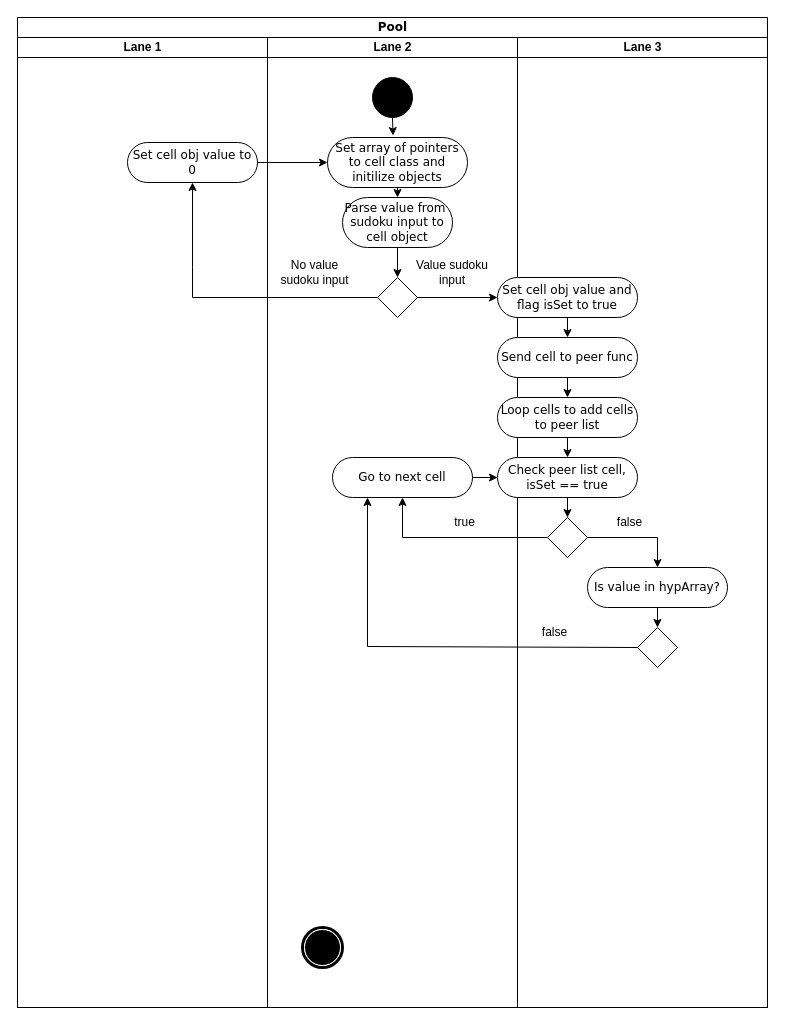
Above: Sudoku_Act-Diagram.drawio in Jgran81/Assignments (draw.io), before the change. Source tidied: cells renumbered, new cells numbered last; positions are measured from the earlier drawing's top-left corner, leaving out a move shared by most shapes. Both pictures are drawn from the tidied source at 100%, with x=0, y=0 at pixel (17, 17).
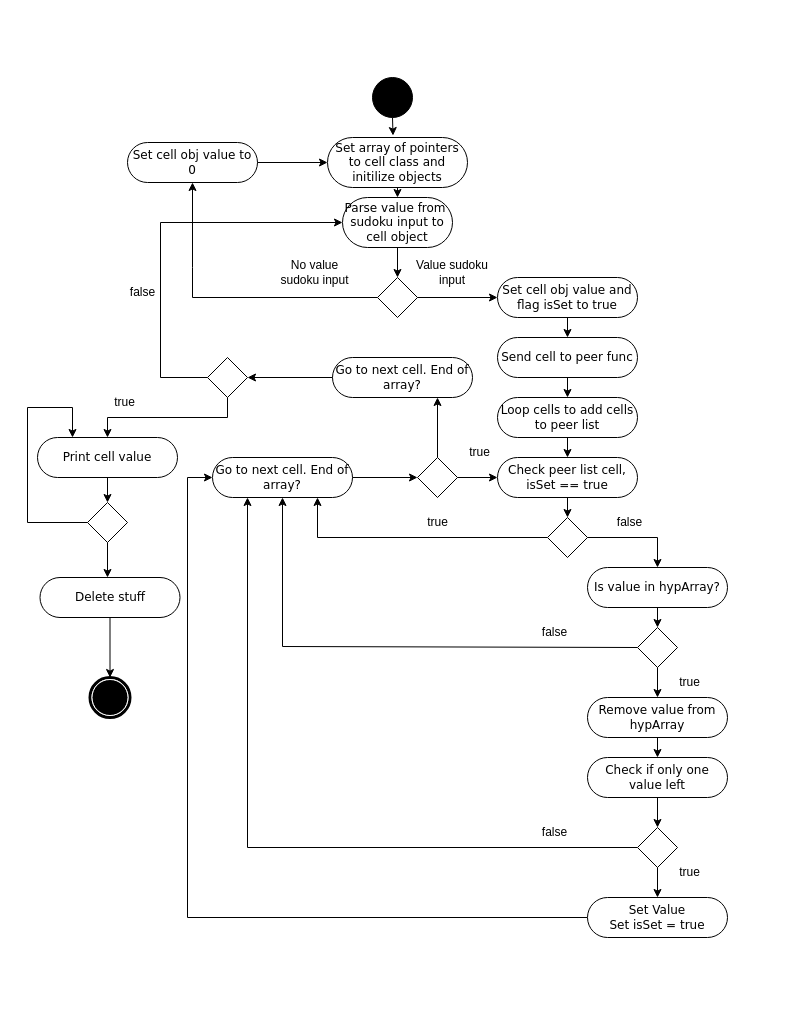
Above is the later version.

Unchanged cells that the change refers to:
```xml
<mxCell id="4" value="Set cell obj value to 0" style="rounded=1;whiteSpace=wrap;html=1;shadow=0;comic=0;labelBackgroundColor=none;strokeWidth=1;fontFamily=Verdana;fontSize=12;align=center;arcSize=50;" parent="3" vertex="1">
  <mxGeometry x="110" y="105" width="130" height="40" as="geometry" />
</mxCell>
<mxCell id="8" value="Set array of pointers to cell class and initilize objects" style="rounded=1;whiteSpace=wrap;html=1;shadow=0;comic=0;labelBackgroundColor=none;strokeWidth=1;fontFamily=Verdana;fontSize=12;align=center;arcSize=50;" parent="5" vertex="1">
  <mxGeometry x="60" y="100" width="140" height="50" as="geometry" />
</mxCell>
<mxCell id="9" value="Parse value from&amp;nbsp; sudoku input to cell object" style="rounded=1;whiteSpace=wrap;html=1;shadow=0;comic=0;labelBackgroundColor=none;strokeWidth=1;fontFamily=Verdana;fontSize=12;align=center;arcSize=50;" parent="5" vertex="1">
  <mxGeometry x="75" y="160" width="110" height="50" as="geometry" />
</mxCell>
<mxCell id="10" style="rhombus;whiteSpace=wrap;html=1;" parent="5" vertex="1">
  <mxGeometry x="110" y="240" width="40" height="40" as="geometry" />
</mxCell>
<mxCell id="25" value="Check peer list cell, isSet == true" style="rounded=1;whiteSpace=wrap;html=1;shadow=0;comic=0;labelBackgroundColor=none;strokeWidth=1;fontFamily=Verdana;fontSize=12;align=center;arcSize=50;" parent="19" vertex="1">
  <mxGeometry x="-20" y="420" width="140" height="40" as="geometry" />
</mxCell>
<mxCell id="26" style="rhombus;whiteSpace=wrap;html=1;" parent="19" vertex="1">
  <mxGeometry x="30" y="480" width="40" height="40" as="geometry" />
</mxCell>
<mxCell id="32" style="rhombus;whiteSpace=wrap;html=1;" parent="19" vertex="1">
  <mxGeometry x="120" y="590" width="40" height="40" as="geometry" />
</mxCell>
```

What changed in the source:
```diff
@@
-    <mxCell id="2" value="Pool" style="swimlane;html=1;startSize=20;rounded=0;shadow=0;comic=0;labelBackgroundColor=none;strokeWidth=1;fontFamily=Verdana;fontSize=12;align=center;" parent="1" vertex="1">
+    <mxCell id="2" style="swimlane;html=1;startSize=20;rounded=0;shadow=0;comic=0;labelBackgroundColor=none;strokeWidth=1;fontFamily=Verdana;fontSize=12;align=center;strokeColor=none;fillColor=none;" parent="1" vertex="1">
       <mxGeometry width="750" height="990" as="geometry" />
     </mxCell>
-    <mxCell id="3" value="Lane 1" style="swimlane;html=1;startSize=20;" parent="2" vertex="1">
+    <mxCell id="3" style="swimlane;html=1;startSize=20;strokeColor=none;fillColor=none;" parent="2" vertex="1">
       <mxGeometry y="20" width="250" height="970" as="geometry" />
     </mxCell>
@@
+    <mxCell id="18" style="shape=mxgraph.bpmn.shape;html=1;verticalLabelPosition=bottom;labelBackgroundColor=#ffffff;verticalAlign=top;perimeter=ellipsePerimeter;outline=end;symbol=terminate;rounded=0;shadow=0;comic=0;strokeWidth=1;fontFamily=Verdana;fontSize=12;align=center;" parent="3" vertex="1">
+      <mxGeometry x="72.5" y="640" width="40" height="40" as="geometry" />
+    </mxCell>
+    <mxCell id="40" style="rhombus;whiteSpace=wrap;html=1;" parent="3" vertex="1">
+      <mxGeometry x="190" y="320" width="40" height="40" as="geometry" />
+    </mxCell>
+    <mxCell id="41" value="true" style="text;html=1;strokeColor=none;fillColor=none;align=center;verticalAlign=middle;whiteSpace=wrap;rounded=0;" parent="3" vertex="1">
+      <mxGeometry x="70" y="350" width="75" height="30" as="geometry" />
+    </mxCell>
+    <mxCell id="42" style="endArrow=classic;html=1;rounded=0;exitX=0.5;exitY=1;exitDx=0;exitDy=0;entryX=0.5;entryY=0;entryDx=0;entryDy=0;" parent="3" edge="1" source="40" target="43">
+      <mxGeometry relative="1" as="geometry">
+        <Array as="points">
+          <mxPoint x="210" y="380" />
+          <mxPoint x="90" y="380" />
+        </Array>
+      </mxGeometry>
+    </mxCell>
+    <mxCell id="43" value="Print cell value" style="rounded=1;whiteSpace=wrap;html=1;shadow=0;comic=0;labelBackgroundColor=none;strokeWidth=1;fontFamily=Verdana;fontSize=12;align=center;arcSize=50;" parent="3" vertex="1">
+      <mxGeometry x="20" y="400" width="140" height="40" as="geometry" />
+    </mxCell>
+    <mxCell id="44" value="false" style="text;html=1;strokeColor=none;fillColor=none;align=center;verticalAlign=middle;whiteSpace=wrap;rounded=0;" parent="3" vertex="1">
+      <mxGeometry x="87.5" y="240" width="75" height="30" as="geometry" />
+    </mxCell>
+    <mxCell id="45" style="rhombus;whiteSpace=wrap;html=1;" parent="3" vertex="1">
+      <mxGeometry x="70" y="465" width="40" height="40" as="geometry" />
+    </mxCell>
+    <mxCell id="46" style="endArrow=classic;html=1;rounded=0;exitX=0.5;exitY=1;exitDx=0;exitDy=0;entryX=0.5;entryY=0;entryDx=0;entryDy=0;" parent="3" edge="1" source="43" target="45">
+      <mxGeometry relative="1" as="geometry" />
+    </mxCell>
+    <mxCell id="47" style="endArrow=classic;html=1;rounded=0;exitX=0;exitY=0.5;exitDx=0;exitDy=0;entryX=0.25;entryY=0;entryDx=0;entryDy=0;" parent="3" edge="1" source="45" target="43">
+      <mxGeometry relative="1" as="geometry">
+        <Array as="points">
+          <mxPoint x="10" y="485" />
+          <mxPoint x="10" y="370" />
+          <mxPoint x="55" y="370" />
+        </Array>
+      </mxGeometry>
+    </mxCell>
+    <mxCell id="48" value="Delete stuff" style="rounded=1;whiteSpace=wrap;html=1;shadow=0;comic=0;labelBackgroundColor=none;strokeWidth=1;fontFamily=Verdana;fontSize=12;align=center;arcSize=50;" parent="3" vertex="1">
+      <mxGeometry x="22.5" y="540" width="140" height="40" as="geometry" />
+    </mxCell>
+    <mxCell id="49" style="endArrow=classic;html=1;rounded=0;exitX=0.5;exitY=1;exitDx=0;exitDy=0;entryX=0.5;entryY=0;entryDx=0;entryDy=0;" parent="3" edge="1" source="48" target="18">
+      <mxGeometry relative="1" as="geometry" />
+    </mxCell>
-    <mxCell id="5" value="Lane 2" style="swimlane;html=1;startSize=20;" parent="2" vertex="1">
+    <mxCell id="5" style="swimlane;html=1;startSize=20;strokeColor=none;fillColor=none;" parent="2" vertex="1">
       <mxGeometry x="250" y="20" width="250" height="970" as="geometry" />
     </mxCell>
@@
-    <mxCell id="16" value="Go to next cell" style="rounded=1;whiteSpace=wrap;html=1;shadow=0;comic=0;labelBackgroundColor=none;strokeWidth=1;fontFamily=Verdana;fontSize=12;align=center;arcSize=50;" parent="5" vertex="1">
-      <mxGeometry x="65" y="420" width="140" height="40" as="geometry" />
+    <mxCell id="16" value="Go to next cell. End of array?" style="rounded=1;whiteSpace=wrap;html=1;shadow=0;comic=0;labelBackgroundColor=none;strokeWidth=1;fontFamily=Verdana;fontSize=12;align=center;arcSize=50;" parent="5" vertex="1">
+      <mxGeometry x="-55" y="420" width="140" height="40" as="geometry" />
     </mxCell>
     <mxCell id="17" value="true" style="text;html=1;strokeColor=none;fillColor=none;align=center;verticalAlign=middle;whiteSpace=wrap;rounded=0;" parent="5" vertex="1">
-      <mxGeometry x="160" y="470" width="75" height="30" as="geometry" />
+      <mxGeometry x="132.5" y="470" width="75" height="30" as="geometry" />
     </mxCell>
-    <mxCell id="18" style="shape=mxgraph.bpmn.shape;html=1;verticalLabelPosition=bottom;labelBackgroundColor=#ffffff;verticalAlign=top;perimeter=ellipsePerimeter;outline=end;symbol=terminate;rounded=0;shadow=0;comic=0;strokeWidth=1;fontFamily=Verdana;fontSize=12;align=center;" parent="5" vertex="1">
-      <mxGeometry x="35" y="890" width="40" height="40" as="geometry" />
-    </mxCell>
+    <mxCell id="50" style="rhombus;whiteSpace=wrap;html=1;" parent="5" vertex="1">
+      <mxGeometry x="150" y="420" width="40" height="40" as="geometry" />
+    </mxCell>
+    <mxCell id="38" style="endArrow=classic;html=1;rounded=0;exitX=1;exitY=0.5;exitDx=0;exitDy=0;entryX=0;entryY=0.5;entryDx=0;entryDy=0;" parent="5" edge="1" source="16" target="50">
+      <mxGeometry relative="1" as="geometry" />
+    </mxCell>
+    <mxCell id="51" value="true" style="text;html=1;strokeColor=none;fillColor=none;align=center;verticalAlign=middle;whiteSpace=wrap;rounded=0;" parent="5" vertex="1">
+      <mxGeometry x="175" y="400" width="75" height="30" as="geometry" />
+    </mxCell>
+    <mxCell id="52" style="endArrow=classic;html=1;rounded=0;exitX=0.5;exitY=0;exitDx=0;exitDy=0;entryX=0.75;entryY=1;entryDx=0;entryDy=0;" parent="5" edge="1" source="50" target="53">
+      <mxGeometry relative="1" as="geometry" />
+    </mxCell>
+    <mxCell id="53" value="Go to next cell. End of array?" style="rounded=1;whiteSpace=wrap;html=1;shadow=0;comic=0;labelBackgroundColor=none;strokeWidth=1;fontFamily=Verdana;fontSize=12;align=center;arcSize=50;" parent="5" vertex="1">
+      <mxGeometry x="65" y="320" width="140" height="40" as="geometry" />
+    </mxCell>
+    <mxCell id="35" style="endArrow=classic;html=1;rounded=0;exitX=0;exitY=0.5;exitDx=0;exitDy=0;entryX=0.5;entryY=1;entryDx=0;entryDy=0;" parent="2" edge="1" source="10" target="4">
+      <mxGeometry relative="1" as="geometry">
+        <Array as="points">
+          <mxPoint x="175" y="280" />
+          <mxPoint x="175" y="250" />
+        </Array>
+      </mxGeometry>
+    </mxCell>
+    <mxCell id="36" style="endArrow=classic;html=1;rounded=0;exitX=1;exitY=0.5;exitDx=0;exitDy=0;entryX=0;entryY=0.5;entryDx=0;entryDy=0;" parent="2" edge="1" source="4" target="8">
+      <mxGeometry relative="1" as="geometry" />
+    </mxCell>
+    <mxCell id="37" style="endArrow=classic;html=1;rounded=0;exitX=0;exitY=0.5;exitDx=0;exitDy=0;entryX=0.75;entryY=1;entryDx=0;entryDy=0;" parent="2" edge="1" source="26" target="16">
+      <mxGeometry relative="1" as="geometry">
+        <Array as="points">
+          <mxPoint x="300" y="520" />
+        </Array>
+      </mxGeometry>
+    </mxCell>
+    <mxCell id="39" style="endArrow=classic;html=1;rounded=0;exitX=0;exitY=0.5;exitDx=0;exitDy=0;entryX=0.5;entryY=1;entryDx=0;entryDy=0;" parent="2" edge="1" source="32" target="16">
+      <mxGeometry relative="1" as="geometry">
+        <Array as="points">
+          <mxPoint x="265" y="629" />
+        </Array>
+      </mxGeometry>
+    </mxCell>
+    <mxCell id="54" style="endArrow=classic;html=1;rounded=0;exitX=0;exitY=0.5;exitDx=0;exitDy=0;entryX=0.25;entryY=1;entryDx=0;entryDy=0;" parent="2" edge="1" source="63" target="16">
+      <mxGeometry relative="1" as="geometry">
+        <Array as="points">
+          <mxPoint x="230" y="830" />
+        </Array>
+      </mxGeometry>
+    </mxCell>
+    <mxCell id="55" style="endArrow=classic;html=1;rounded=0;exitX=0;exitY=0.5;exitDx=0;exitDy=0;entryX=0;entryY=0.5;entryDx=0;entryDy=0;" parent="2" edge="1" source="67" target="16">
+      <mxGeometry relative="1" as="geometry">
+        <Array as="points">
+          <mxPoint x="170" y="900" />
+          <mxPoint x="170" y="460" />
+        </Array>
+      </mxGeometry>
+    </mxCell>
+    <mxCell id="56" style="endArrow=classic;html=1;rounded=0;exitX=1;exitY=0.5;exitDx=0;exitDy=0;entryX=0;entryY=0.5;entryDx=0;entryDy=0;" parent="2" edge="1" source="50" target="25">
+      <mxGeometry relative="1" as="geometry" />
+    </mxCell>
+    <mxCell id="57" style="endArrow=classic;html=1;rounded=0;exitX=0;exitY=0.5;exitDx=0;exitDy=0;entryX=1;entryY=0.5;entryDx=0;entryDy=0;" parent="2" edge="1" source="53" target="40">
+      <mxGeometry relative="1" as="geometry" />
+    </mxCell>
+    <mxCell id="58" style="endArrow=classic;html=1;rounded=0;entryX=0;entryY=0.5;entryDx=0;entryDy=0;exitX=0;exitY=0.5;exitDx=0;exitDy=0;" parent="2" edge="1" source="40" target="9">
+      <mxGeometry relative="1" as="geometry">
+        <Array as="points">
+          <mxPoint x="143" y="360" />
+          <mxPoint x="143" y="205" />
+        </Array>
+      </mxGeometry>
+    </mxCell>
-    <mxCell id="19" value="Lane 3" style="swimlane;html=1;startSize=20;" parent="2" vertex="1">
+    <mxCell id="19" style="swimlane;html=1;startSize=20;strokeColor=none;fillColor=none;" parent="2" vertex="1">
       <mxGeometry x="500" y="20" width="250" height="970" as="geometry" />
     </mxCell>
@@
-    <mxCell id="35" style="endArrow=classic;html=1;rounded=0;exitX=0;exitY=0.5;exitDx=0;exitDy=0;entryX=0.5;entryY=1;entryDx=0;entryDy=0;" parent="2" edge="1" source="10" target="4">
-      <mxGeometry relative="1" as="geometry">
-        <Array as="points">
-          <mxPoint x="175" y="280" />
-          <mxPoint x="175" y="250" />
-        </Array>
-      </mxGeometry>
-    </mxCell>
-    <mxCell id="36" style="endArrow=classic;html=1;rounded=0;exitX=1;exitY=0.5;exitDx=0;exitDy=0;entryX=0;entryY=0.5;entryDx=0;entryDy=0;" parent="2" edge="1" source="4" target="8">
-      <mxGeometry relative="1" as="geometry" />
-    </mxCell>
-    <mxCell id="37" style="endArrow=classic;html=1;rounded=0;exitX=0;exitY=0.5;exitDx=0;exitDy=0;entryX=0.5;entryY=1;entryDx=0;entryDy=0;" parent="2" edge="1" source="26" target="16">
-      <mxGeometry relative="1" as="geometry">
-        <Array as="points">
-          <mxPoint x="385" y="520" />
-        </Array>
-      </mxGeometry>
-    </mxCell>
-    <mxCell id="38" style="endArrow=classic;html=1;rounded=0;exitX=1;exitY=0.5;exitDx=0;exitDy=0;entryX=0;entryY=0.5;entryDx=0;entryDy=0;" parent="2" edge="1" source="16" target="25">
-      <mxGeometry relative="1" as="geometry" />
-    </mxCell>
-    <mxCell id="39" style="endArrow=classic;html=1;rounded=0;exitX=0;exitY=0.5;exitDx=0;exitDy=0;entryX=0.25;entryY=1;entryDx=0;entryDy=0;" parent="2" edge="1" source="32" target="16">
-      <mxGeometry relative="1" as="geometry">
-        <Array as="points">
-          <mxPoint x="350" y="629" />
-        </Array>
-      </mxGeometry>
-    </mxCell>
+    <mxCell id="59" value="true" style="text;html=1;strokeColor=none;fillColor=none;align=center;verticalAlign=middle;whiteSpace=wrap;rounded=0;" parent="19" vertex="1">
+      <mxGeometry x="135" y="630" width="75" height="30" as="geometry" />
+    </mxCell>
+    <mxCell id="60" value="Remove value from hypArray" style="rounded=1;whiteSpace=wrap;html=1;shadow=0;comic=0;labelBackgroundColor=none;strokeWidth=1;fontFamily=Verdana;fontSize=12;align=center;arcSize=50;" parent="19" vertex="1">
+      <mxGeometry x="70" y="660" width="140" height="40" as="geometry" />
+    </mxCell>
+    <mxCell id="61" value="Check if only one value left" style="rounded=1;whiteSpace=wrap;html=1;shadow=0;comic=0;labelBackgroundColor=none;strokeWidth=1;fontFamily=Verdana;fontSize=12;align=center;arcSize=50;" parent="19" vertex="1">
+      <mxGeometry x="70" y="720" width="140" height="40" as="geometry" />
+    </mxCell>
+    <mxCell id="62" style="endArrow=classic;html=1;rounded=0;exitX=0.5;exitY=1;exitDx=0;exitDy=0;entryX=0.5;entryY=0;entryDx=0;entryDy=0;" parent="19" edge="1" source="60" target="61">
+      <mxGeometry relative="1" as="geometry" />
+    </mxCell>
+    <mxCell id="63" style="rhombus;whiteSpace=wrap;html=1;" parent="19" vertex="1">
+      <mxGeometry x="120" y="790" width="40" height="40" as="geometry" />
+    </mxCell>
+    <mxCell id="64" style="endArrow=classic;html=1;rounded=0;entryX=0.5;entryY=0;entryDx=0;entryDy=0;exitX=0.5;exitY=1;exitDx=0;exitDy=0;" parent="19" edge="1" source="61" target="63">
+      <mxGeometry relative="1" as="geometry" />
+    </mxCell>
+    <mxCell id="65" value="false" style="text;html=1;strokeColor=none;fillColor=none;align=center;verticalAlign=middle;whiteSpace=wrap;rounded=0;" parent="19" vertex="1">
+      <mxGeometry y="780" width="75" height="30" as="geometry" />
+    </mxCell>
+    <mxCell id="66" value="true" style="text;html=1;strokeColor=none;fillColor=none;align=center;verticalAlign=middle;whiteSpace=wrap;rounded=0;" parent="19" vertex="1">
+      <mxGeometry x="135" y="820" width="75" height="30" as="geometry" />
+    </mxCell>
+    <mxCell id="67" value="Set Value&lt;br&gt;Set isSet = true" style="rounded=1;whiteSpace=wrap;html=1;shadow=0;comic=0;labelBackgroundColor=none;strokeWidth=1;fontFamily=Verdana;fontSize=12;align=center;arcSize=50;" parent="19" vertex="1">
+      <mxGeometry x="70" y="860" width="140" height="40" as="geometry" />
+    </mxCell>
+    <mxCell id="68" style="endArrow=classic;html=1;rounded=0;exitX=0.5;exitY=1;exitDx=0;exitDy=0;" parent="1" edge="1" source="32">
+      <mxGeometry relative="1" as="geometry">
+        <mxPoint x="640" y="680" as="targetPoint" />
+      </mxGeometry>
+    </mxCell>
+    <mxCell id="69" style="endArrow=classic;html=1;rounded=0;exitX=0.5;exitY=1;exitDx=0;exitDy=0;" parent="1" edge="1" source="63">
+      <mxGeometry relative="1" as="geometry">
+        <mxPoint x="640" y="880" as="targetPoint" />
+      </mxGeometry>
+    </mxCell>
+    <mxCell id="70" style="endArrow=classic;html=1;rounded=0;exitX=0.5;exitY=1;exitDx=0;exitDy=0;" parent="1" edge="1" source="45">
+      <mxGeometry relative="1" as="geometry">
+        <mxPoint x="90" y="560" as="targetPoint" />
+      </mxGeometry>
+    </mxCell>
```
